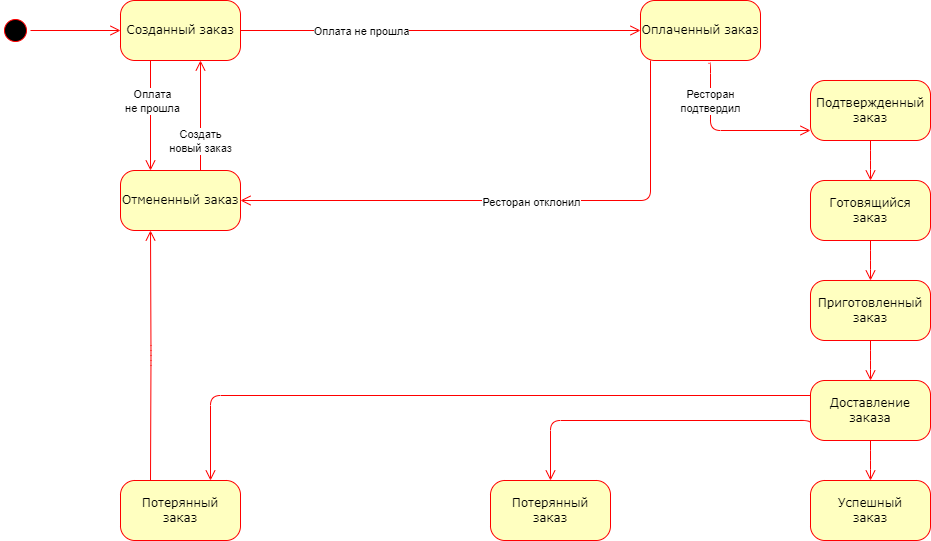
This is Диаграмма_состояния.drawio.png from ellanta/tp_bi237_tz3, a draw.io export, as it was before one commit. Source tidied: cells renumbered, new cells last; positions are measured from the earlier drawing's top-left corner, leaving out a move shared by most shapes.
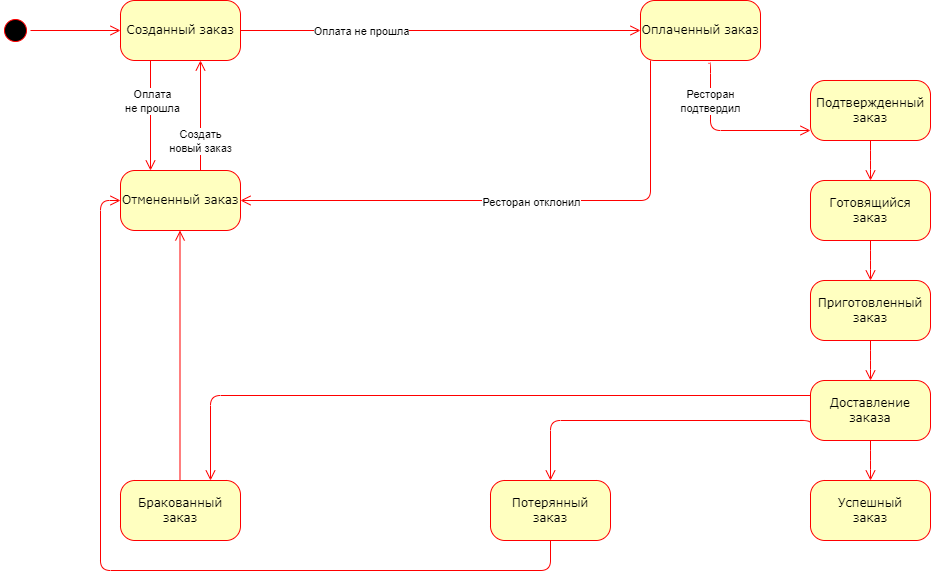
The same diagram one commit later.

Diff of the diagram source:
```diff
@@ -127,7 +127,7 @@
         </Array>
       </mxGeometry>
     </mxCell>
-    <mxCell id="28" value="Потерянный&lt;div&gt;заказ&lt;/div&gt;" style="rounded=1;whiteSpace=wrap;html=1;arcSize=24;fillColor=#ffffc0;strokeColor=#ff0000;shadow=0;comic=0;labelBackgroundColor=none;fontFamily=Verdana;fontSize=12;fontColor=#000000;align=center;" parent="1" vertex="1">
+    <mxCell id="28" value="Бракованный&lt;div&gt;заказ&lt;/div&gt;" style="rounded=1;whiteSpace=wrap;html=1;arcSize=24;fillColor=#ffffc0;strokeColor=#ff0000;shadow=0;comic=0;labelBackgroundColor=none;fontFamily=Verdana;fontSize=12;fontColor=#000000;align=center;" parent="1" vertex="1">
       <mxGeometry x="120" y="480" width="120" height="60" as="geometry" />
     </mxCell>
     <mxCell id="29" style="edgeStyle=orthogonalEdgeStyle;html=1;exitX=0;exitY=0.25;labelBackgroundColor=none;endArrow=open;endSize=8;strokeColor=#ff0000;fontFamily=Verdana;fontSize=12;align=left;exitDx=0;exitDy=0;" parent="1" edge="1" source="22">
@@ -138,10 +138,20 @@
         </Array>
       </mxGeometry>
     </mxCell>
-    <mxCell id="30" style="edgeStyle=orthogonalEdgeStyle;html=1;exitX=0.25;exitY=1;entryX=0.25;entryY=1;labelBackgroundColor=none;endArrow=open;endSize=8;strokeColor=#ff0000;fontFamily=Verdana;fontSize=12;align=left;exitDx=0;exitDy=0;entryDx=0;entryDy=0;" parent="1" edge="1" target="3">
+    <mxCell id="30" style="edgeStyle=orthogonalEdgeStyle;html=1;exitX=0.25;exitY=1;entryX=0.25;entryY=1;labelBackgroundColor=none;endArrow=open;endSize=8;strokeColor=#ff0000;fontFamily=Verdana;fontSize=12;align=left;exitDx=0;exitDy=0;entryDx=0;entryDy=0;" parent="1" edge="1">
       <mxGeometry relative="1" as="geometry">
-        <mxPoint x="150" y="480" as="sourcePoint" />
+        <mxPoint x="179.5" y="480" as="sourcePoint" />
+        <mxPoint x="179.5" y="230" as="targetPoint" />
       </mxGeometry>
     </mxCell>
+    <mxCell id="31" style="edgeStyle=orthogonalEdgeStyle;html=1;exitX=0.5;exitY=1;labelBackgroundColor=none;endArrow=open;endSize=8;strokeColor=#ff0000;fontFamily=Verdana;fontSize=12;align=left;exitDx=0;exitDy=0;entryX=0;entryY=0.5;entryDx=0;entryDy=0;" parent="1" edge="1" source="26" target="3">
+      <mxGeometry relative="1" as="geometry">
+        <Array as="points">
+          <mxPoint x="550" y="570" />
+          <mxPoint x="100" y="570" />
+          <mxPoint x="100" y="200" />
+        </Array>
+      </mxGeometry>
+    </mxCell>
   </root>
 </mxGraphModel>
```
